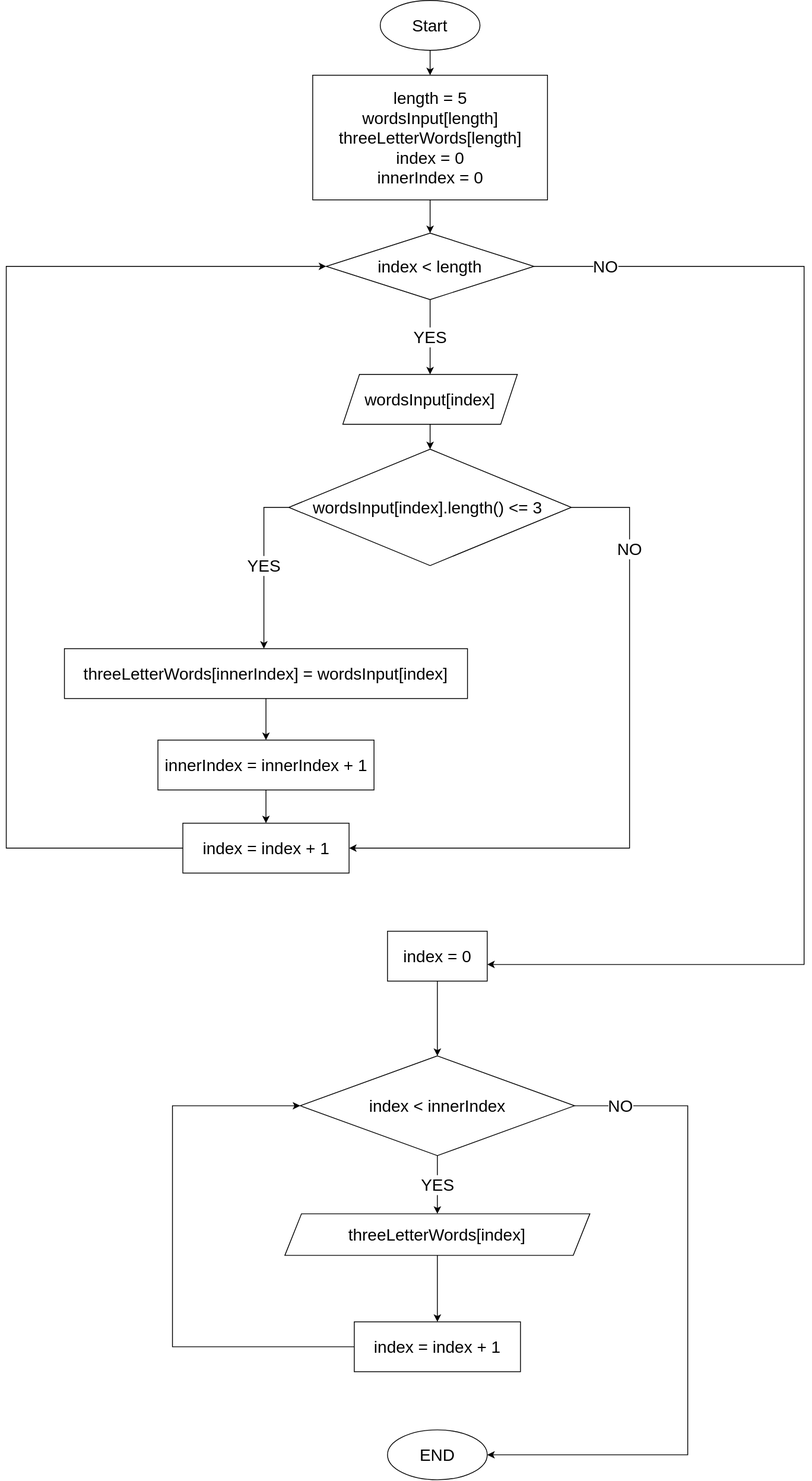
This is algorithm_diagram.svg from LeeroyLiric/GB_FinalTestwork_FirstQuarter, a draw.io export, as it was before one commit. Source tidied: cells renumbered, new cells last; positions are measured from the earlier drawing's top-left corner, leaving out a move shared by most shapes.
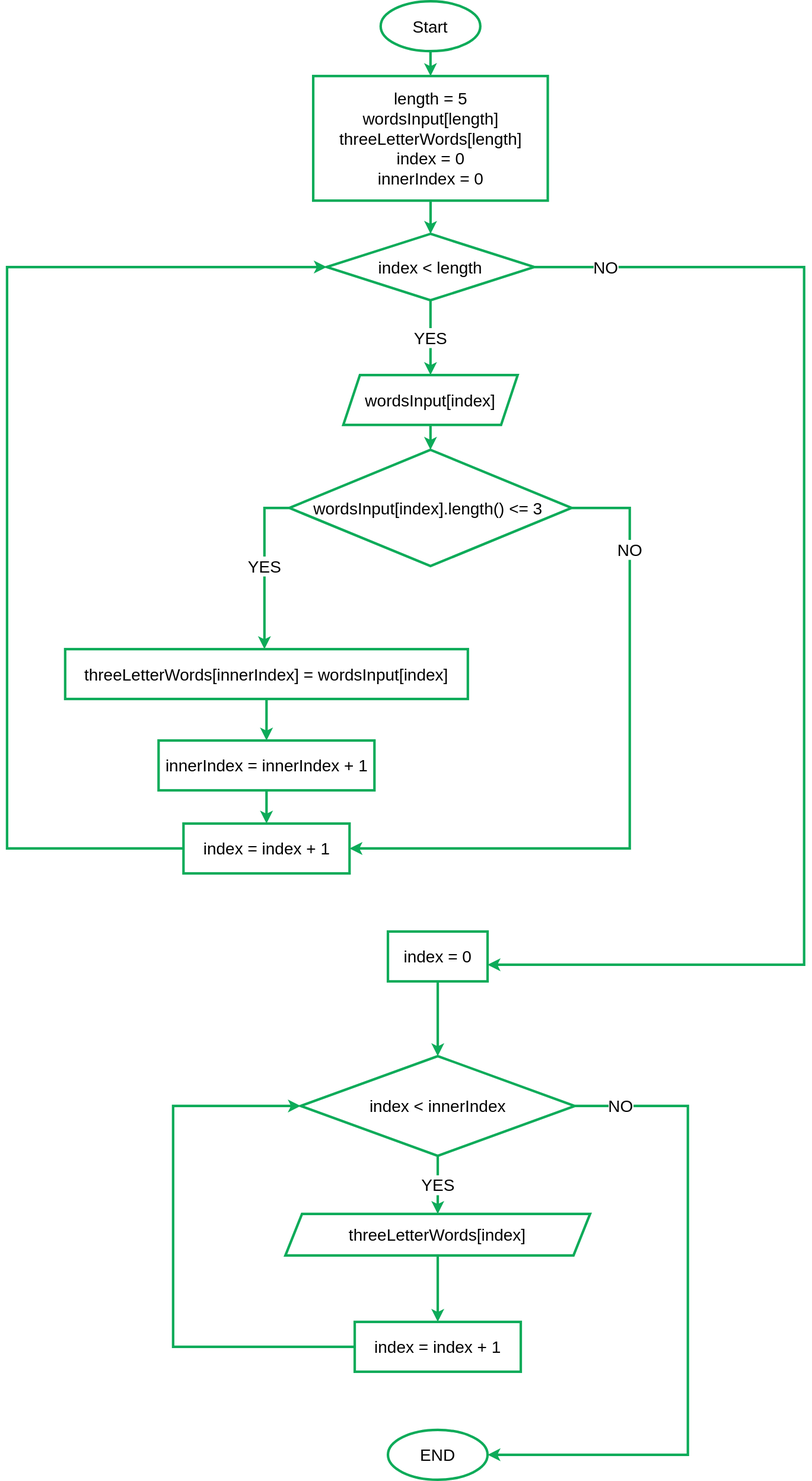
The same file after the commit.

What changed in the source:
```diff
@@ -2,28 +2,28 @@
   <root>
     <mxCell id="0" />
     <mxCell id="1" parent="0" />
-    <mxCell id="2" style="edgeStyle=orthogonalEdgeStyle;rounded=0;jettySize=auto;html=1;fontSize=20;" parent="1" edge="1" source="3" target="7">
+    <mxCell id="2" style="edgeStyle=orthogonalEdgeStyle;rounded=0;jettySize=auto;html=1;fontSize=20;strokeWidth=3;strokeColor=#0DAB59;" parent="1" edge="1" source="3" target="7">
       <mxGeometry relative="1" as="geometry" />
     </mxCell>
-    <mxCell id="3" value="&lt;font style=&quot;font-size: 20px;&quot;&gt;Start&lt;/font&gt;" style="ellipse;whiteSpace=wrap;html=1;" parent="1" vertex="1">
+    <mxCell id="3" value="&lt;font style=&quot;font-size: 20px;&quot;&gt;Start&lt;/font&gt;" style="ellipse;whiteSpace=wrap;html=1;strokeWidth=3;strokeColor=#0DAB59;" parent="1" vertex="1">
       <mxGeometry x="450" width="120" height="60" as="geometry" />
     </mxCell>
-    <mxCell id="4" style="edgeStyle=orthogonalEdgeStyle;rounded=0;jettySize=auto;html=1;fontSize=20;" parent="1" edge="1" source="5" target="17">
+    <mxCell id="4" style="edgeStyle=orthogonalEdgeStyle;rounded=0;jettySize=auto;html=1;fontSize=20;strokeWidth=3;strokeColor=#0DAB59;" parent="1" edge="1" source="5" target="17">
       <mxGeometry relative="1" as="geometry" />
     </mxCell>
-    <mxCell id="5" value="wordsInput[index]" style="shape=parallelogram;perimeter=parallelogramPerimeter;whiteSpace=wrap;html=1;fixedSize=1;fontSize=20;" parent="1" vertex="1">
+    <mxCell id="5" value="wordsInput[index]" style="shape=parallelogram;perimeter=parallelogramPerimeter;whiteSpace=wrap;html=1;fixedSize=1;fontSize=20;strokeWidth=3;strokeColor=#0DAB59;" parent="1" vertex="1">
       <mxGeometry x="405" y="450" width="210" height="60" as="geometry" />
     </mxCell>
-    <mxCell id="6" style="edgeStyle=orthogonalEdgeStyle;rounded=0;jettySize=auto;html=1;fontSize=20;" parent="1" edge="1" source="7" target="10">
+    <mxCell id="6" style="edgeStyle=orthogonalEdgeStyle;rounded=0;jettySize=auto;html=1;fontSize=20;strokeWidth=3;strokeColor=#0DAB59;" parent="1" edge="1" source="7" target="10">
       <mxGeometry relative="1" as="geometry" />
     </mxCell>
-    <mxCell id="7" value="length = 5&lt;br&gt;wordsInput[length]&lt;br&gt;threeLetterWords[length]&lt;br&gt;index = 0&lt;br&gt;innerIndex = 0" style="rounded=0;whiteSpace=wrap;html=1;fontSize=20;" parent="1" vertex="1">
+    <mxCell id="7" value="length = 5&lt;br&gt;wordsInput[length]&lt;br&gt;threeLetterWords[length]&lt;br&gt;index = 0&lt;br&gt;innerIndex = 0" style="rounded=0;whiteSpace=wrap;html=1;fontSize=20;strokeWidth=3;strokeColor=#0DAB59;" parent="1" vertex="1">
       <mxGeometry x="368.8" y="90" width="282.5" height="150" as="geometry" />
     </mxCell>
-    <mxCell id="8" value="YES" style="edgeStyle=orthogonalEdgeStyle;rounded=0;jettySize=auto;html=1;fontSize=20;" parent="1" edge="1" source="10" target="5">
+    <mxCell id="8" value="YES" style="edgeStyle=orthogonalEdgeStyle;rounded=0;jettySize=auto;html=1;fontSize=20;strokeWidth=3;strokeColor=#0DAB59;" parent="1" edge="1" source="10" target="5">
       <mxGeometry relative="1" as="geometry" />
     </mxCell>
-    <mxCell id="9" value="NO" style="edgeStyle=orthogonalEdgeStyle;rounded=0;jettySize=auto;html=1;fontSize=20;" parent="1" edge="1" source="10" target="14">
+    <mxCell id="9" value="NO" style="edgeStyle=orthogonalEdgeStyle;rounded=0;jettySize=auto;html=1;fontSize=20;strokeWidth=3;strokeColor=#0DAB59;" parent="1" edge="1" source="10" target="14">
       <mxGeometry x="-0.89" relative="1" as="geometry">
         <Array as="points">
           <mxPoint x="960" y="320" />
@@ -32,10 +32,10 @@
         <mxPoint x="1" as="offset" />
       </mxGeometry>
     </mxCell>
-    <mxCell id="10" value="index &amp;lt; length" style="rhombus;whiteSpace=wrap;html=1;fontSize=20;" parent="1" vertex="1">
+    <mxCell id="10" value="index &amp;lt; length" style="rhombus;whiteSpace=wrap;html=1;fontSize=20;strokeWidth=3;strokeColor=#0DAB59;" parent="1" vertex="1">
       <mxGeometry x="385" y="280" width="250" height="80" as="geometry" />
     </mxCell>
-    <mxCell id="11" style="edgeStyle=orthogonalEdgeStyle;rounded=0;jettySize=auto;html=1;fontSize=20;entryX=0;entryY=0.5;entryDx=0;entryDy=0;" parent="1" edge="1" source="12" target="10">
+    <mxCell id="11" style="edgeStyle=orthogonalEdgeStyle;rounded=0;jettySize=auto;html=1;fontSize=20;entryX=0;entryY=0.5;entryDx=0;entryDy=0;strokeWidth=3;strokeColor=#0DAB59;" parent="1" edge="1" source="12" target="10">
       <mxGeometry relative="1" as="geometry">
         <Array as="points">
           <mxPoint y="1020" />
@@ -43,23 +43,23 @@
         </Array>
       </mxGeometry>
     </mxCell>
-    <mxCell id="12" value="index = index + 1" style="rounded=0;whiteSpace=wrap;html=1;fontSize=20;" parent="1" vertex="1">
+    <mxCell id="12" value="index = index + 1" style="rounded=0;whiteSpace=wrap;html=1;fontSize=20;strokeWidth=3;strokeColor=#0DAB59;" parent="1" vertex="1">
       <mxGeometry x="212.5" y="990" width="200" height="60" as="geometry" />
     </mxCell>
-    <mxCell id="13" style="edgeStyle=orthogonalEdgeStyle;rounded=0;jettySize=auto;html=1;fontSize=20;" parent="1" edge="1" source="14" target="24">
+    <mxCell id="13" style="edgeStyle=orthogonalEdgeStyle;rounded=0;jettySize=auto;html=1;fontSize=20;strokeWidth=3;strokeColor=#0DAB59;" parent="1" edge="1" source="14" target="24">
       <mxGeometry relative="1" as="geometry" />
     </mxCell>
-    <mxCell id="14" value="index = 0" style="whiteSpace=wrap;html=1;fontSize=20;" parent="1" vertex="1">
+    <mxCell id="14" value="index = 0" style="whiteSpace=wrap;html=1;fontSize=20;strokeWidth=3;strokeColor=#0DAB59;" parent="1" vertex="1">
       <mxGeometry x="458.8" y="1120" width="120" height="60" as="geometry" />
     </mxCell>
-    <mxCell id="15" value="YES" style="edgeStyle=orthogonalEdgeStyle;rounded=0;jettySize=auto;html=1;fontSize=20;" parent="1" edge="1" source="17" target="19">
+    <mxCell id="15" value="YES" style="edgeStyle=orthogonalEdgeStyle;rounded=0;jettySize=auto;html=1;fontSize=20;strokeWidth=3;strokeColor=#0DAB59;" parent="1" edge="1" source="17" target="19">
       <mxGeometry relative="1" as="geometry">
         <Array as="points">
           <mxPoint x="310" y="610" />
         </Array>
       </mxGeometry>
     </mxCell>
-    <mxCell id="16" value="NO" style="edgeStyle=orthogonalEdgeStyle;rounded=0;jettySize=auto;html=1;entryX=1;entryY=0.5;entryDx=0;entryDy=0;fontSize=20;" parent="1" edge="1" source="17" target="12">
+    <mxCell id="16" value="NO" style="edgeStyle=orthogonalEdgeStyle;rounded=0;jettySize=auto;html=1;entryX=1;entryY=0.5;entryDx=0;entryDy=0;fontSize=20;strokeWidth=3;strokeColor=#0DAB59;" parent="1" edge="1" source="17" target="12">
       <mxGeometry x="-0.71" relative="1" as="geometry">
         <Array as="points">
           <mxPoint x="750" y="610" />
@@ -67,25 +67,25 @@
         </Array>
       </mxGeometry>
     </mxCell>
-    <mxCell id="17" value="wordsInput[index].length() &amp;lt;= 3&amp;nbsp;" style="rhombus;whiteSpace=wrap;html=1;fontSize=20;" parent="1" vertex="1">
+    <mxCell id="17" value="wordsInput[index].length() &amp;lt;= 3&amp;nbsp;" style="rhombus;whiteSpace=wrap;html=1;fontSize=20;strokeWidth=3;strokeColor=#0DAB59;" parent="1" vertex="1">
       <mxGeometry x="340" y="540" width="340" height="140" as="geometry" />
     </mxCell>
-    <mxCell id="18" style="edgeStyle=orthogonalEdgeStyle;rounded=0;jettySize=auto;html=1;fontSize=20;" parent="1" edge="1" source="19" target="21">
+    <mxCell id="18" style="edgeStyle=orthogonalEdgeStyle;rounded=0;jettySize=auto;html=1;fontSize=20;strokeWidth=3;strokeColor=#0DAB59;" parent="1" edge="1" source="19" target="21">
       <mxGeometry relative="1" as="geometry" />
     </mxCell>
-    <mxCell id="19" value="threeLetterWords[innerIndex] = wordsInput[index]" style="rounded=0;whiteSpace=wrap;html=1;fontSize=20;" parent="1" vertex="1">
+    <mxCell id="19" value="threeLetterWords[innerIndex] = wordsInput[index]" style="rounded=0;whiteSpace=wrap;html=1;fontSize=20;strokeWidth=3;strokeColor=#0DAB59;" parent="1" vertex="1">
       <mxGeometry x="70" y="780" width="485" height="60" as="geometry" />
     </mxCell>
-    <mxCell id="20" style="edgeStyle=orthogonalEdgeStyle;rounded=0;jettySize=auto;html=1;fontSize=20;" parent="1" edge="1" source="21" target="12">
+    <mxCell id="20" style="edgeStyle=orthogonalEdgeStyle;rounded=0;jettySize=auto;html=1;fontSize=20;strokeWidth=3;strokeColor=#0DAB59;" parent="1" edge="1" source="21" target="12">
       <mxGeometry relative="1" as="geometry" />
     </mxCell>
-    <mxCell id="21" value="innerIndex = innerIndex + 1" style="whiteSpace=wrap;html=1;fontSize=20;rounded=0;" parent="1" vertex="1">
+    <mxCell id="21" value="innerIndex = innerIndex + 1" style="whiteSpace=wrap;html=1;fontSize=20;rounded=0;strokeWidth=3;strokeColor=#0DAB59;" parent="1" vertex="1">
       <mxGeometry x="182.5" y="890" width="260" height="60" as="geometry" />
     </mxCell>
-    <mxCell id="22" value="YES" style="edgeStyle=orthogonalEdgeStyle;rounded=0;jettySize=auto;html=1;fontSize=20;" parent="1" edge="1" source="24" target="26">
+    <mxCell id="22" value="YES" style="edgeStyle=orthogonalEdgeStyle;rounded=0;jettySize=auto;html=1;fontSize=20;strokeWidth=3;strokeColor=#0DAB59;" parent="1" edge="1" source="24" target="26">
       <mxGeometry relative="1" as="geometry" />
     </mxCell>
-    <mxCell id="23" value="NO" style="edgeStyle=orthogonalEdgeStyle;rounded=0;jettySize=auto;html=1;fontSize=20;" parent="1" edge="1" source="24" target="27">
+    <mxCell id="23" value="NO" style="edgeStyle=orthogonalEdgeStyle;rounded=0;jettySize=auto;html=1;fontSize=20;strokeWidth=3;strokeColor=#0DAB59;" parent="1" edge="1" source="24" target="27">
       <mxGeometry x="-0.87" relative="1" as="geometry">
         <Array as="points">
           <mxPoint x="820" y="1330" />
@@ -94,19 +94,19 @@
         <mxPoint x="1" as="offset" />
       </mxGeometry>
     </mxCell>
-    <mxCell id="24" value="index &amp;lt; innerIndex" style="rhombus;whiteSpace=wrap;html=1;fontSize=20;" parent="1" vertex="1">
+    <mxCell id="24" value="index &amp;lt; innerIndex" style="rhombus;whiteSpace=wrap;html=1;fontSize=20;strokeWidth=3;strokeColor=#0DAB59;" parent="1" vertex="1">
       <mxGeometry x="353.8" y="1270" width="330" height="120" as="geometry" />
     </mxCell>
-    <mxCell id="25" style="edgeStyle=orthogonalEdgeStyle;rounded=0;jettySize=auto;html=1;fontSize=20;" parent="1" edge="1" source="26" target="29">
+    <mxCell id="25" style="edgeStyle=orthogonalEdgeStyle;rounded=0;jettySize=auto;html=1;fontSize=20;strokeWidth=3;strokeColor=#0DAB59;" parent="1" edge="1" source="26" target="29">
       <mxGeometry relative="1" as="geometry" />
     </mxCell>
-    <mxCell id="26" value="threeLetterWords[index]" style="shape=parallelogram;perimeter=parallelogramPerimeter;whiteSpace=wrap;html=1;fixedSize=1;fontSize=20;" parent="1" vertex="1">
+    <mxCell id="26" value="threeLetterWords[index]" style="shape=parallelogram;perimeter=parallelogramPerimeter;whiteSpace=wrap;html=1;fixedSize=1;fontSize=20;strokeWidth=3;strokeColor=#0DAB59;" parent="1" vertex="1">
       <mxGeometry x="335.2" y="1460" width="367" height="50" as="geometry" />
     </mxCell>
-    <mxCell id="27" value="END" style="ellipse;whiteSpace=wrap;html=1;fontSize=20;" parent="1" vertex="1">
+    <mxCell id="27" value="END" style="ellipse;whiteSpace=wrap;html=1;fontSize=20;strokeWidth=3;strokeColor=#0DAB59;" parent="1" vertex="1">
       <mxGeometry x="458.8" y="1720" width="120" height="60" as="geometry" />
     </mxCell>
-    <mxCell id="28" style="edgeStyle=orthogonalEdgeStyle;rounded=0;jettySize=auto;html=1;entryX=0;entryY=0.5;entryDx=0;entryDy=0;fontSize=20;" parent="1" edge="1" source="29" target="24">
+    <mxCell id="28" style="edgeStyle=orthogonalEdgeStyle;rounded=0;jettySize=auto;html=1;entryX=0;entryY=0.5;entryDx=0;entryDy=0;fontSize=20;strokeWidth=3;strokeColor=#0DAB59;" parent="1" edge="1" source="29" target="24">
       <mxGeometry relative="1" as="geometry">
         <Array as="points">
           <mxPoint x="200" y="1620" />
@@ -114,7 +114,7 @@
         </Array>
       </mxGeometry>
     </mxCell>
-    <mxCell id="29" value="index = index + 1" style="rounded=0;whiteSpace=wrap;html=1;fontSize=20;" parent="1" vertex="1">
+    <mxCell id="29" value="index = index + 1" style="rounded=0;whiteSpace=wrap;html=1;fontSize=20;strokeWidth=3;strokeColor=#0DAB59;" parent="1" vertex="1">
       <mxGeometry x="418.8" y="1590" width="200" height="60" as="geometry" />
     </mxCell>
   </root>
```
